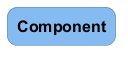
Before: docs/architecture/diagrams/structurizr-Components_image_service-key.png, a diagram exported from PlantUML (chrislyons-dev/flarelette-demo).
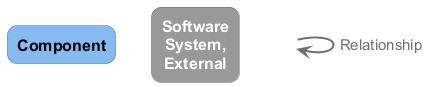
After the commit.

What changed in the source:
```diff
@@ -25,5 +25,16 @@
 }
 rectangle "==Component" <<1>>
 
+skinparam rectangle<<2>> {
+  BackgroundColor #999999
+  FontColor #ffffff
+  BorderColor #6b6b6b
+  roundCorner 20
+}
+rectangle "==Software System, External" <<2>>
+
+rectangle "." <<_transparent>> as 3
+3 -[#707070,thickness=2]-> 3 : "<color:#707070>Relationship"
+
 
 @enduml
```
